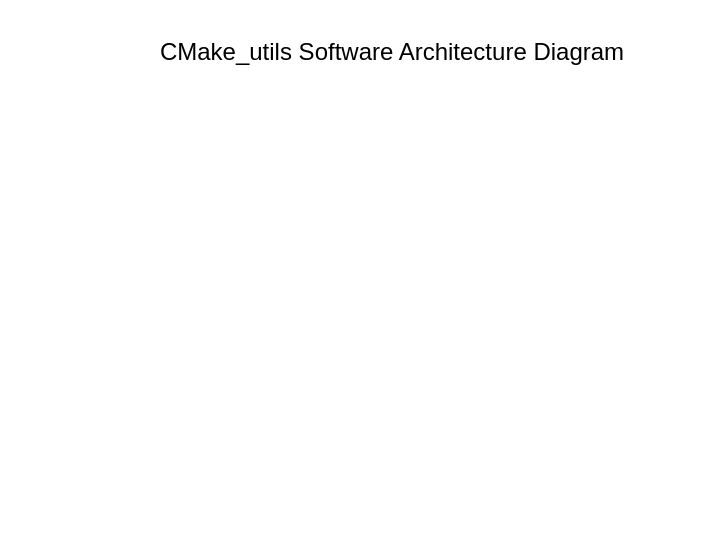
Earlier version of the draw.io diagram docs/source/_static/cmake_utils_SwAD.drawio (xsession/cmake_utils). Source tidied: cells renumbered, new cells numbered last; positions are measured from the earlier drawing's top-left corner, leaving out a move shared by most shapes. Both pictures are drawn from the tidied source at 100%, with x=0, y=0 at pixel (137, 17).
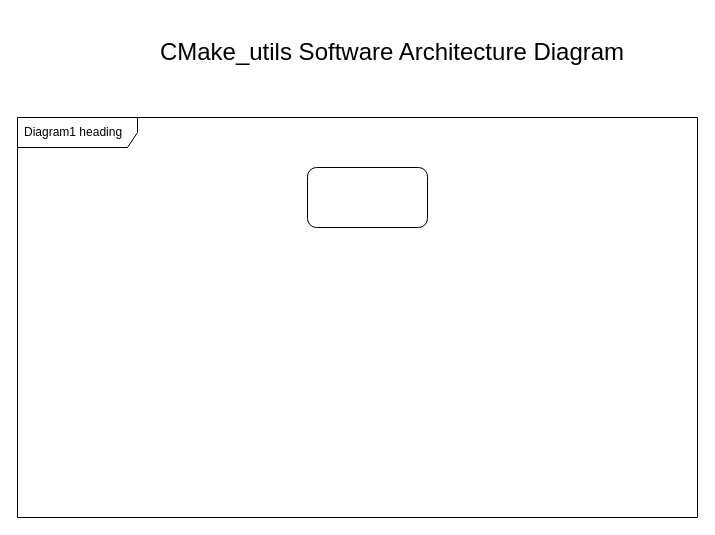
The same diagram, later.

Change to the diagram source:
```diff
@@
 <mxGraphModel>
   <root>
     <mxCell id="0" />
     <mxCell id="1" parent="0" />
     <mxCell id="2" value="&lt;font style=&quot;font-size: 24px&quot;&gt;CMake_utils Software Architecture Diagram&lt;/font&gt;" style="text;html=1;strokeColor=none;fillColor=none;align=center;verticalAlign=middle;whiteSpace=wrap;rounded=0;" parent="1" vertex="1">
       <mxGeometry width="510" height="70" as="geometry" />
     </mxCell>
+    <mxCell id="3" value="Diagram1 heading" style="shape=umlFrame;whiteSpace=wrap;html=1;width=120;height=30;boundedLbl=1;verticalAlign=middle;align=left;spacingLeft=5;" parent="1" vertex="1">
+      <mxGeometry x="-120" y="100" width="680" height="400" as="geometry" />
+    </mxCell>
+    <mxCell id="4" style="rounded=1;whiteSpace=wrap;html=1;" parent="1" vertex="1">
+      <mxGeometry x="170" y="150" width="120" height="60" as="geometry" />
+    </mxCell>
   </root>
 </mxGraphModel>
```
